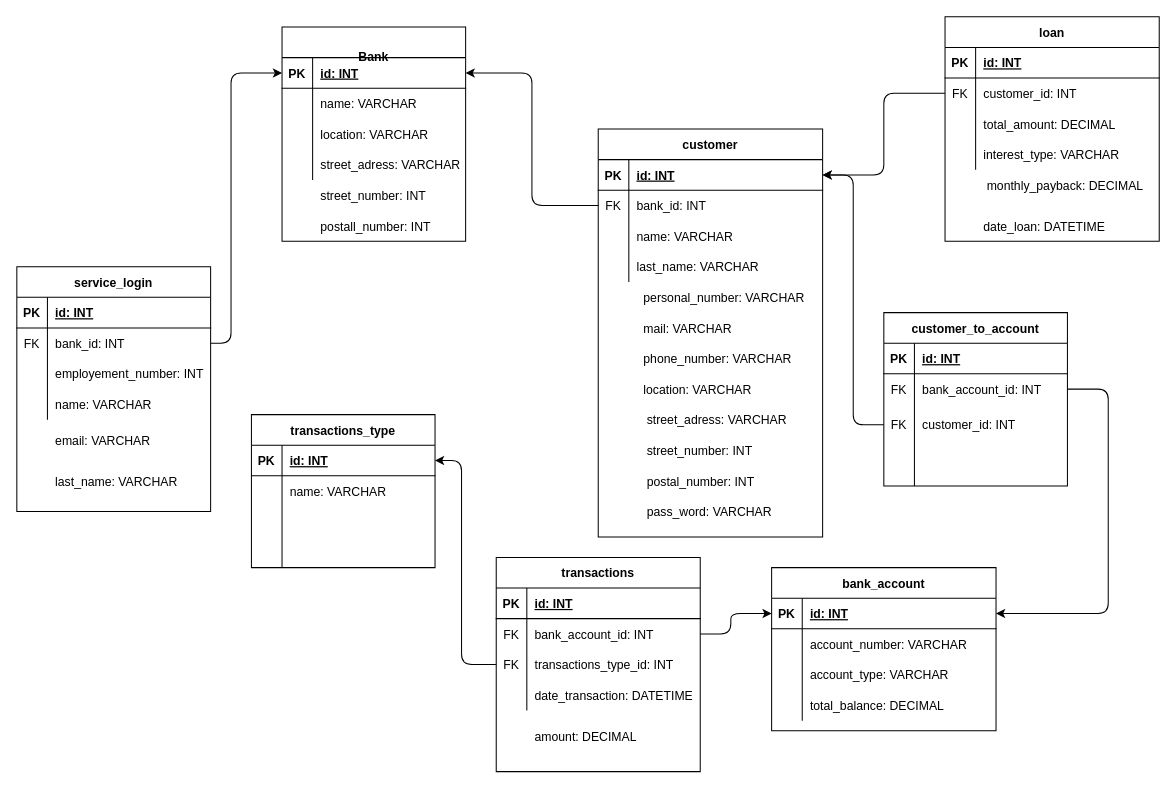
Before: KopplingsDiagram.drawio in Svaaan/svansbank, a draw.io diagram. Source tidied: cells renumbered, new cells numbered last; positions are measured from the earlier drawing's top-left corner, leaving out a move shared by most shapes. Both pictures are drawn from the tidied source at 102%, with x=0, y=0 at pixel (16, 16).
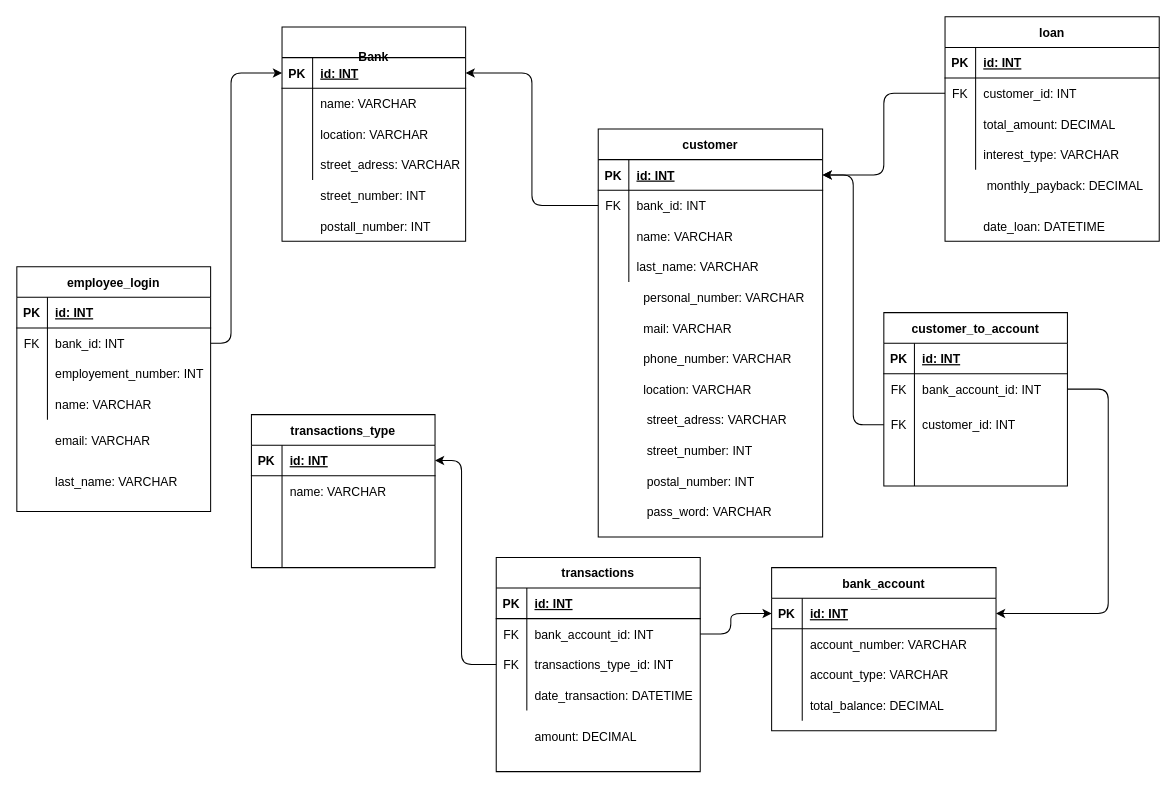
The same page after the edit.

The edit, as a diff of the source:
```diff
@@
-    <mxCell id="28" value="service_login" style="shape=table;startSize=30;childLayout=tableLayout;rowLines=0;fontStyle=1;align=center;" parent="1" vertex="1">
+    <mxCell id="28" value="employee_login" style="shape=table;startSize=30;childLayout=tableLayout;rowLines=0;fontStyle=1;align=center;" parent="1" vertex="1">
       <mxGeometry y="245" width="190" height="240" as="geometry" />
     </mxCell>
```
